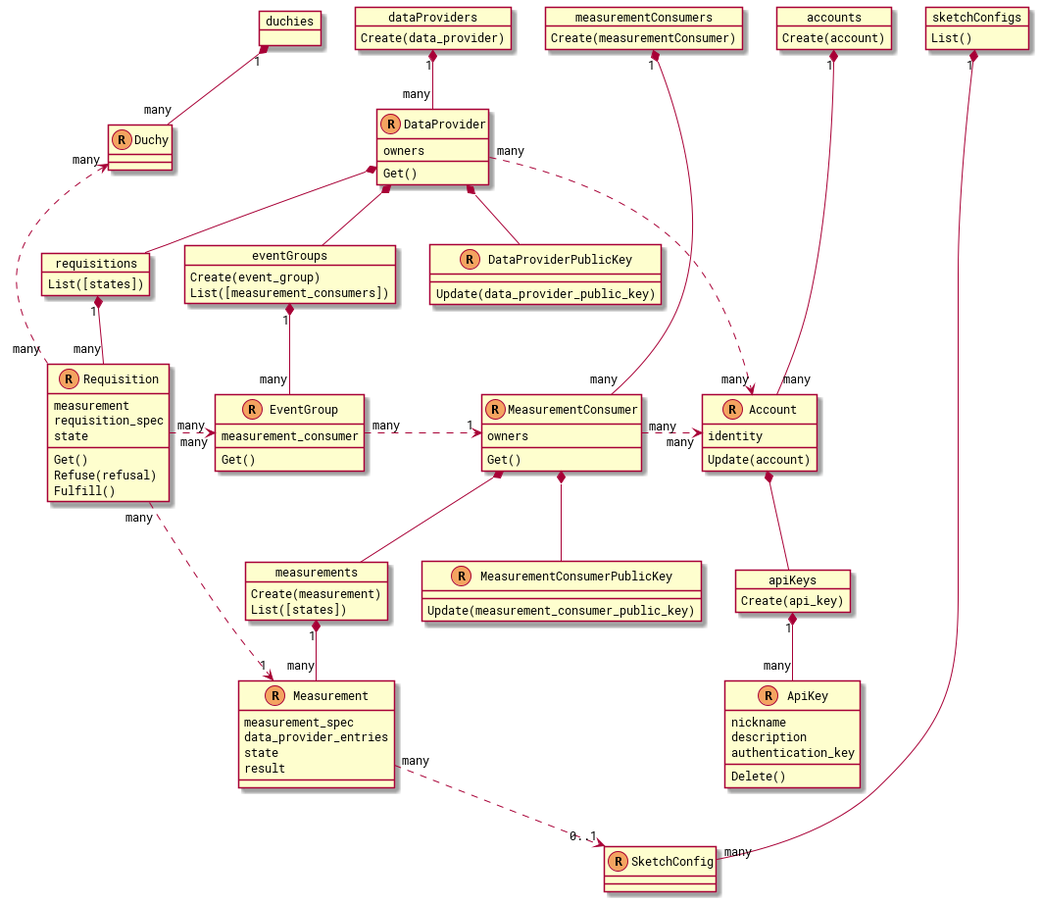
This is docs/diagrams/api_resources.png from world-federation-of-advertisers/cross-media-measurement, a PlantUML export, as it was before one commit. Its source is kept beside it as docs/diagrams/api_resources.pu.
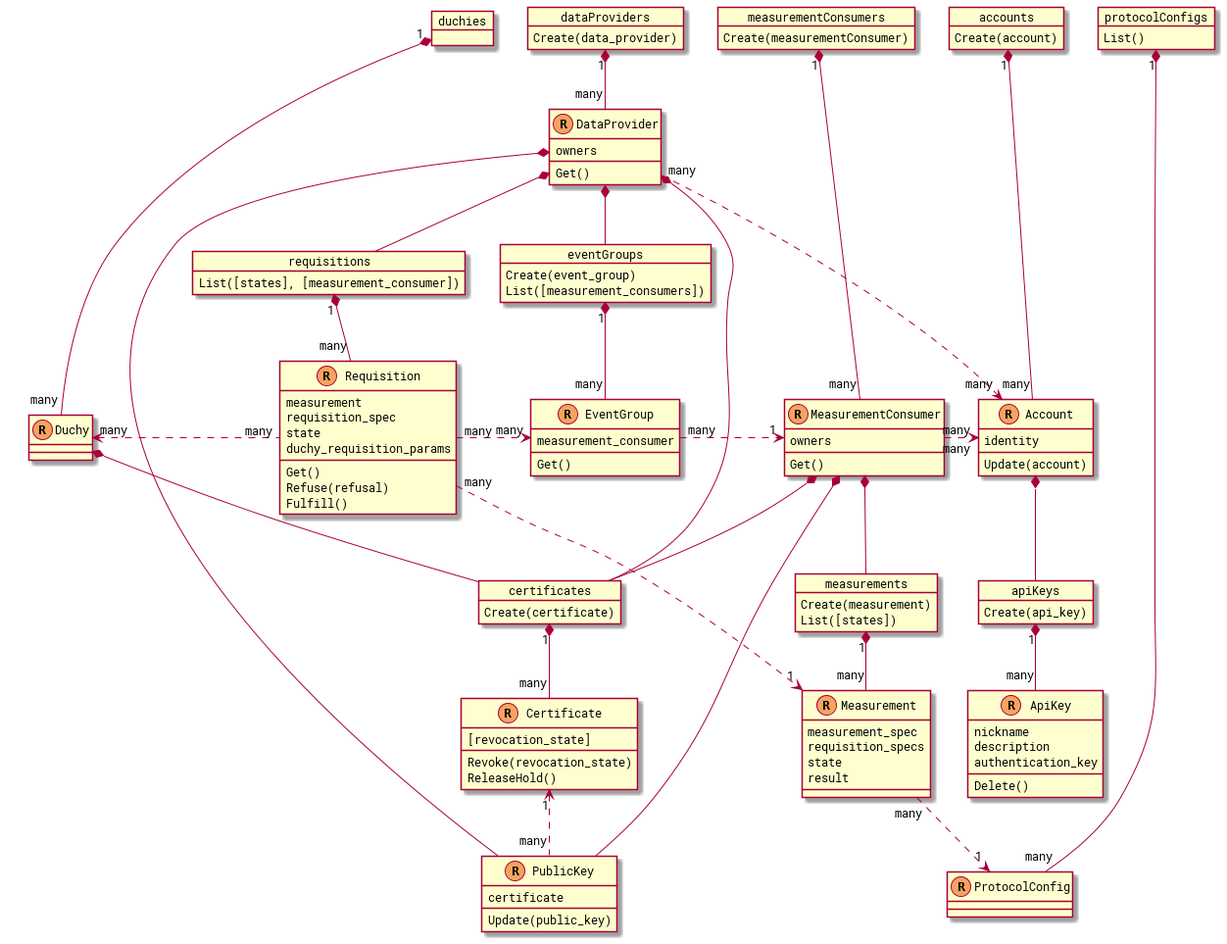
After the change.

Commit message:
Fix filter criteria and resource diagram. (#33)

Change to the diagram source:
```diff
@@ -13,27 +13,31 @@
   fontSize 12
 }
 
+resource(Certificate) {
+  [revocation_state]
+  Revoke(revocation_state)
+  ReleaseHold()
+}
+resource(PublicKey) {
+  certificate
+  Update(public_key)
+}
+
 resource(Duchy) {
 }
 resource(DataProvider) {
   owners
   Get()
 }
-resource(DataProviderPublicKey) {
-  Update(data_provider_public_key)
-}
 resource(MeasurementConsumer) {
   owners
   Get()
 }
-resource(MeasurementConsumerPublicKey) {
-  Update(measurement_consumer_public_key)
-}
-resource(SketchConfig) {
+resource(ProtocolConfig) {
 }
 resource(Measurement) {
   measurement_spec
-  data_provider_entries
+  requisition_specs
   state
   result
 }
@@ -51,7 +55,7 @@
   collection(dataProviders, DataProvider) {
     Create(data_provider)
   }
-  collection(sketchConfigs, SketchConfig) {
+  collection(protocolConfigs, ProtocolConfig) {
     List()
   }
   collection(accounts, Account) {
@@ -59,8 +63,11 @@
   }
 }
 
+collection(certificates, Certificate) {
+  Create(certificate)
+}
 collection(requisitions, Requisition) {
-  List([states])
+  List([states], [measurement_consumer])
 }
 collection(eventGroups, EventGroup) {
   Create(event_group)
@@ -78,6 +85,7 @@
   measurement
   requisition_spec
   state
+  duchy_requisition_params
   Get()
   Refuse(refusal)
   Fulfill()
@@ -93,9 +101,14 @@
   Delete()
 }
 
+Certificate "1" <.. "many" PublicKey
+
+Duchy *-- certificates
+
 DataProvider *-- eventGroups
 DataProvider *-- requisitions
-DataProvider *-- DataProviderPublicKey
+DataProvider *-- certificates
+DataProvider *-- PublicKey
 EventGroup "many" .> "1" MeasurementConsumer
 
 
@@ -104,8 +117,9 @@
 Duchy "many" <. "many" Requisition
 
 MeasurementConsumer *-- measurements
-MeasurementConsumer *-- MeasurementConsumerPublicKey
-Measurement "many" ..> "0..1" SketchConfig
+MeasurementConsumer *-- certificates
+MeasurementConsumer *-- PublicKey
+Measurement "many" ..> "1" ProtocolConfig
 
 Account *-- apiKeys
 MeasurementConsumer "many" .> " many" Account
```
